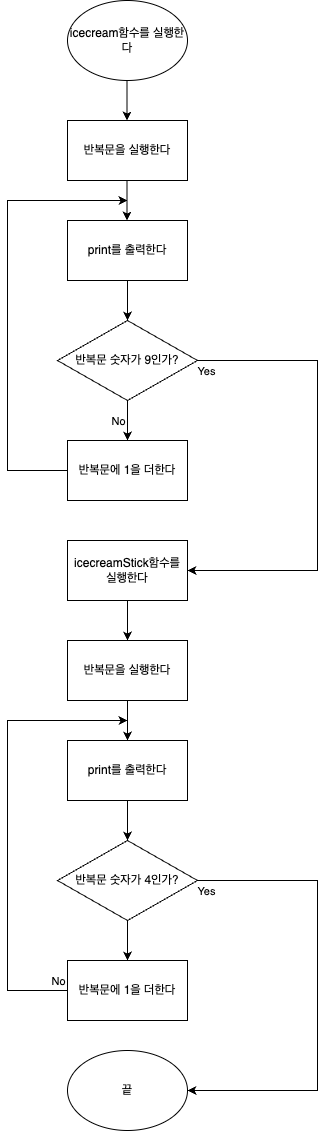
Above: step2 아이스크림 순서도.drawio.png in yagom-academy/swift-starter-Round1 (draw.io), before the change. Source tidied: cells renumbered, new cells last; positions are measured from the earlier drawing's top-left corner, leaving out a move shared by most shapes.
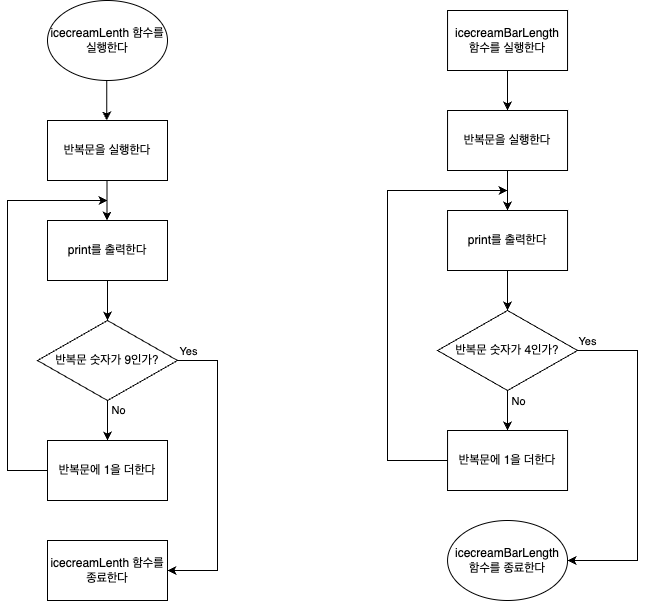
After the change.

Commit message:
step2 second commit

The edit, as a diff of the source:
```diff
@@ -2,55 +2,58 @@
   <root>
     <mxCell id="0" />
     <mxCell id="1" parent="0" />
-    <mxCell id="2" value="icecream함수를 실행한다" style="ellipse;whiteSpace=wrap;html=1;" parent="1" vertex="1">
-      <mxGeometry x="60" width="120" height="80" as="geometry" />
+    <mxCell id="2" value="icecreamLenth 함수를 실행한다" style="ellipse;whiteSpace=wrap;html=1;" parent="1" vertex="1">
+      <mxGeometry x="-160" width="120" height="80" as="geometry" />
     </mxCell>
     <mxCell id="3" style="endArrow=classic;html=1;rounded=0;" parent="1" edge="1">
       <mxGeometry relative="1" as="geometry">
-        <mxPoint x="119.5" y="80" as="sourcePoint" />
-        <mxPoint x="119.5" y="120" as="targetPoint" />
+        <mxPoint x="-100.8" y="80" as="sourcePoint" />
+        <mxPoint x="-100.8" y="120" as="targetPoint" />
       </mxGeometry>
     </mxCell>
     <mxCell id="4" value="반복문을 실행한다" style="rounded=0;whiteSpace=wrap;html=1;" parent="1" vertex="1">
-      <mxGeometry x="60" y="120" width="120" height="60" as="geometry" />
+      <mxGeometry x="-160" y="120" width="120" height="60" as="geometry" />
     </mxCell>
     <mxCell id="5" style="endArrow=classic;html=1;rounded=0;" parent="1" edge="1">
       <mxGeometry relative="1" as="geometry">
-        <mxPoint x="119.5" y="180" as="sourcePoint" />
-        <mxPoint x="119.5" y="220" as="targetPoint" />
+        <mxPoint x="-100.5" y="180" as="sourcePoint" />
+        <mxPoint x="-100.5" y="220" as="targetPoint" />
       </mxGeometry>
     </mxCell>
     <mxCell id="6" style="edgeStyle=orthogonalEdgeStyle;rounded=0;jettySize=auto;html=1;" parent="1" edge="1" source="7" target="11">
       <mxGeometry relative="1" as="geometry" />
     </mxCell>
     <mxCell id="7" value="print를 출력한다" style="rounded=0;whiteSpace=wrap;html=1;" parent="1" vertex="1">
-      <mxGeometry x="60" y="220" width="120" height="60" as="geometry" />
+      <mxGeometry x="-160" y="220" width="120" height="60" as="geometry" />
     </mxCell>
-    <mxCell id="8" style="edgeStyle=orthogonalEdgeStyle;rounded=0;jettySize=auto;html=1;" parent="1" edge="1" source="11" target="14">
-      <mxGeometry relative="1" as="geometry" />
+    <mxCell id="8" style="edgeStyle=orthogonalEdgeStyle;rounded=0;jettySize=auto;html=1;" parent="1" edge="1" source="11">
+      <mxGeometry relative="1" as="geometry">
+        <mxPoint x="-100" y="440" as="targetPoint" />
+      </mxGeometry>
     </mxCell>
-    <mxCell id="9" style="edgeStyle=orthogonalEdgeStyle;rounded=0;jettySize=auto;html=1;" parent="1" edge="1" source="11" target="16">
-      <mxGeometry relative="1" as="geometry">
-        <Array as="points">
-          <mxPoint x="310" y="360" />
-          <mxPoint x="310" y="570" />
-        </Array>
-      </mxGeometry>
-    </mxCell>
+    <mxCell id="29" style="edgeStyle=orthogonalEdgeStyle;rounded=0;jettySize=auto;html=1;entryX=1;entryY=0.5;entryDx=0;entryDy=0;" parent="1" edge="1" source="11" target="30">
+      <mxGeometry relative="1" as="geometry">
+        <Array as="points">
+          <mxPoint x="10" y="360" />
+          <mxPoint x="10" y="570" />
+        </Array>
+      </mxGeometry>
+    </mxCell>
-    <mxCell id="10" value="Yes" style="edgeLabel;html=1;align=center;verticalAlign=middle;" parent="9" vertex="1">
-      <mxGeometry x="0.67" y="1" relative="1" as="geometry">
-        <mxPoint x="-58" y="-201" as="offset" />
+    <mxCell id="10" value="Yes" style="edgeLabel;html=1;align=center;verticalAlign=middle;" parent="29" vertex="1">
+      <mxGeometry x="-0.26" y="3" relative="1" as="geometry">
+        <mxPoint x="-33" y="-81" as="offset" />
       </mxGeometry>
     </mxCell>
     <mxCell id="11" value="반복문 숫자가 9인가?" style="rhombus;whiteSpace=wrap;html=1;rounded=0;" parent="1" vertex="1">
-      <mxGeometry x="50" y="320" width="140" height="80" as="geometry" />
+      <mxGeometry x="-170" y="320" width="140" height="80" as="geometry" />
     </mxCell>
-    <mxCell id="12" style="edgeStyle=orthogonalEdgeStyle;rounded=0;jettySize=auto;html=1;exitX=0;exitY=0.5;exitDx=0;exitDy=0;" parent="1" edge="1" source="14">
+    <mxCell id="12" style="edgeStyle=orthogonalEdgeStyle;rounded=0;orthogonalLoop=1;jettySize=auto;html=1;exitX=0;exitY=0.5;exitDx=0;exitDy=0;" parent="1" edge="1">
       <mxGeometry relative="1" as="geometry">
-        <mxPoint x="120" y="200" as="targetPoint" />
+        <mxPoint x="-160" y="470" as="sourcePoint" />
+        <mxPoint x="-100" y="200" as="targetPoint" />
         <Array as="points">
-          <mxPoint y="470" />
-          <mxPoint y="200" />
+          <mxPoint x="-200" y="470" />
+          <mxPoint x="-200" y="200" />
         </Array>
       </mxGeometry>
     </mxCell>
@@ -60,71 +63,74 @@
       </mxGeometry>
     </mxCell>
     <mxCell id="14" value="반복문에 1을 더한다" style="whiteSpace=wrap;html=1;rounded=0;" parent="1" vertex="1">
-      <mxGeometry x="60" y="440" width="120" height="60" as="geometry" />
+      <mxGeometry x="-160" y="440" width="120" height="60" as="geometry" />
     </mxCell>
     <mxCell id="15" style="edgeStyle=orthogonalEdgeStyle;rounded=0;jettySize=auto;html=1;entryX=0.5;entryY=0;entryDx=0;entryDy=0;" parent="1" edge="1" source="16" target="20">
       <mxGeometry relative="1" as="geometry">
         <Array as="points">
-          <mxPoint x="120" y="640" />
+          <mxPoint x="300" y="110" />
         </Array>
       </mxGeometry>
     </mxCell>
-    <mxCell id="16" value="icecreamStick함수를 실행한다" style="whiteSpace=wrap;html=1;rounded=0;" parent="1" vertex="1">
-      <mxGeometry x="60" y="540" width="120" height="60" as="geometry" />
+    <mxCell id="16" value="icecreamBarLength &lt;br&gt;함수를 실행한다" style="whiteSpace=wrap;html=1;rounded=0;" parent="1" vertex="1">
+      <mxGeometry x="240" y="10" width="120" height="60" as="geometry" />
     </mxCell>
     <mxCell id="17" style="edgeStyle=orthogonalEdgeStyle;rounded=0;jettySize=auto;html=1;" parent="1" edge="1" source="18" target="22">
       <mxGeometry relative="1" as="geometry" />
     </mxCell>
     <mxCell id="18" value="print를 출력한다" style="rounded=0;whiteSpace=wrap;html=1;" parent="1" vertex="1">
-      <mxGeometry x="60" y="740" width="120" height="60" as="geometry" />
+      <mxGeometry x="240" y="210" width="120" height="60" as="geometry" />
     </mxCell>
     <mxCell id="19" style="edgeStyle=orthogonalEdgeStyle;rounded=0;jettySize=auto;html=1;" parent="1" edge="1" source="20" target="18">
       <mxGeometry relative="1" as="geometry" />
     </mxCell>
     <mxCell id="20" value="반복문을 실행한다" style="rounded=0;whiteSpace=wrap;html=1;" parent="1" vertex="1">
-      <mxGeometry x="60" y="640" width="120" height="60" as="geometry" />
+      <mxGeometry x="240" y="110" width="120" height="60" as="geometry" />
     </mxCell>
     <mxCell id="21" style="edgeStyle=orthogonalEdgeStyle;rounded=0;jettySize=auto;html=1;" parent="1" edge="1" source="22" target="23">
       <mxGeometry relative="1" as="geometry" />
     </mxCell>
     <mxCell id="22" value="반복문 숫자가 4인가?" style="rhombus;whiteSpace=wrap;html=1;rounded=0;" parent="1" vertex="1">
-      <mxGeometry x="50" y="840" width="140" height="80" as="geometry" />
+      <mxGeometry x="230.1" y="310" width="140" height="80" as="geometry" />
     </mxCell>
     <mxCell id="23" value="반복문에 1을 더한다" style="whiteSpace=wrap;html=1;rounded=0;" parent="1" vertex="1">
-      <mxGeometry x="60" y="960" width="120" height="60" as="geometry" />
+      <mxGeometry x="240" y="430" width="120" height="60" as="geometry" />
     </mxCell>
     <mxCell id="24" style="edgeStyle=orthogonalEdgeStyle;rounded=0;orthogonalLoop=1;jettySize=auto;html=1;" parent="1" edge="1">
       <mxGeometry relative="1" as="geometry">
-        <mxPoint x="60" y="990" as="sourcePoint" />
-        <mxPoint x="120" y="720" as="targetPoint" />
+        <mxPoint x="240" y="460" as="sourcePoint" />
+        <mxPoint x="300" y="190" as="targetPoint" />
         <Array as="points">
-          <mxPoint y="990" />
-          <mxPoint y="720" />
+          <mxPoint x="180" y="460" />
+          <mxPoint x="180" y="190" />
         </Array>
       </mxGeometry>
     </mxCell>
     <mxCell id="25" value="No" style="edgeLabel;html=1;align=center;verticalAlign=middle;" parent="24" vertex="1">
       <mxGeometry x="-0.58" y="-2" relative="1" as="geometry">
-        <mxPoint x="48" y="24" as="offset" />
+        <mxPoint x="128" y="-26" as="offset" />
       </mxGeometry>
     </mxCell>
     <mxCell id="26" style="edgeStyle=orthogonalEdgeStyle;rounded=0;orthogonalLoop=1;jettySize=auto;html=1;" parent="1" edge="1">
       <mxGeometry relative="1" as="geometry">
-        <mxPoint x="190" y="880" as="sourcePoint" />
-        <mxPoint x="180" y="1090" as="targetPoint" />
+        <mxPoint x="370" y="350" as="sourcePoint" />
+        <mxPoint x="360" y="560" as="targetPoint" />
         <Array as="points">
-          <mxPoint x="310" y="880" />
-          <mxPoint x="310" y="1090" />
+          <mxPoint x="430" y="350" />
+          <mxPoint x="430" y="560" />
         </Array>
       </mxGeometry>
     </mxCell>
     <mxCell id="27" value="Yes" style="edgeLabel;html=1;align=center;verticalAlign=middle;" parent="26" vertex="1">
       <mxGeometry x="0.67" y="1" relative="1" as="geometry">
-        <mxPoint x="-58" y="-201" as="offset" />
+        <mxPoint x="-37" y="-221" as="offset" />
       </mxGeometry>
     </mxCell>
-    <mxCell id="28" value="끝" style="ellipse;whiteSpace=wrap;html=1;" parent="1" vertex="1">
-      <mxGeometry x="60" y="1050" width="120" height="80" as="geometry" />
+    <mxCell id="28" value="icecreamBarLength&lt;br style=&quot;border-color: var(--border-color);&quot;&gt;함수를 종료한다" style="ellipse;whiteSpace=wrap;html=1;" parent="1" vertex="1">
+      <mxGeometry x="240" y="520" width="120" height="80" as="geometry" />
     </mxCell>
+    <mxCell id="30" value="icecreamLenth 함수를 종료한다" style="whiteSpace=wrap;html=1;rounded=0;" parent="1" vertex="1">
+      <mxGeometry x="-160" y="540" width="120" height="60" as="geometry" />
+    </mxCell>
   </root>
 </mxGraphModel>
```
